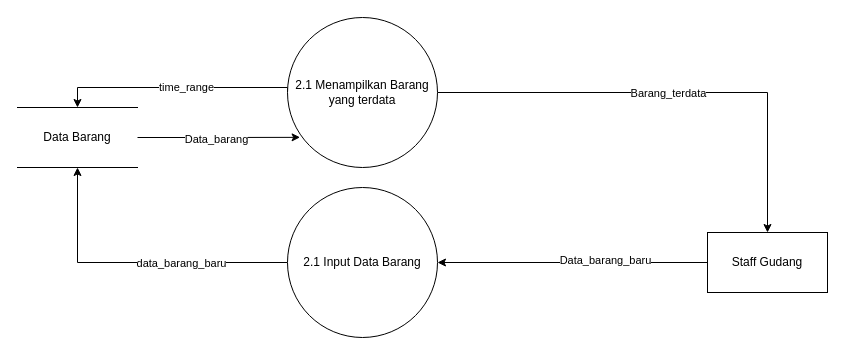
Before: kkp-dfd1-2.drawio in raflialkindhi/graph-save, a draw.io diagram. Source tidied: cells renumbered, new cells numbered last; positions are measured from the earlier drawing's top-left corner, leaving out a move shared by most shapes. Both pictures are drawn from the tidied source at 100%, with x=0, y=0 at pixel (17, 17).
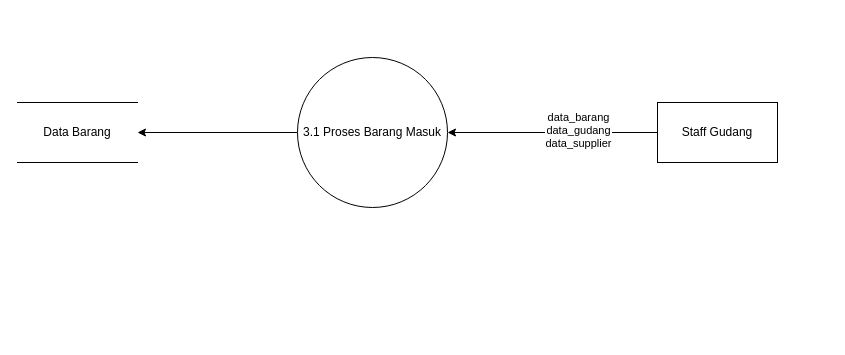
The same diagram, later.

Diff of the diagram source:
```diff
@@
 <mxGraphModel>
   <root>
     <mxCell id="0" />
     <mxCell id="1" parent="0" />
-    <mxCell id="2" style="edgeStyle=orthogonalEdgeStyle;rounded=0;jettySize=auto;html=1;exitX=0;exitY=0.5;exitDx=0;exitDy=0;entryX=0.5;entryY=0;entryDx=0;entryDy=0;" parent="1" edge="1" source="6" target="12">
-      <mxGeometry relative="1" as="geometry">
-        <Array as="points">
-          <mxPoint x="270" y="70" />
-          <mxPoint x="60" y="70" />
-        </Array>
-      </mxGeometry>
-    </mxCell>
-    <mxCell id="3" value="time_range" style="edgeLabel;html=1;align=center;verticalAlign=middle;" parent="2" vertex="1">
-      <mxGeometry x="-0.09" y="-1" relative="1" as="geometry" />
-    </mxCell>
-    <mxCell id="4" style="edgeStyle=orthogonalEdgeStyle;rounded=0;jettySize=auto;html=1;exitX=1;exitY=0.5;exitDx=0;exitDy=0;entryX=0.5;entryY=0;entryDx=0;entryDy=0;" parent="1" edge="1" source="6" target="9">
-      <mxGeometry relative="1" as="geometry" />
-    </mxCell>
-    <mxCell id="5" value="Barang_terdata" style="edgeLabel;html=1;align=center;verticalAlign=middle;" parent="4" vertex="1">
-      <mxGeometry x="-0.02" relative="1" as="geometry" />
-    </mxCell>
-    <mxCell id="6" value="2.1 Menampilkan Barang yang terdata" style="ellipse;whiteSpace=wrap;html=1;" parent="1" vertex="1">
-      <mxGeometry x="270" width="150" height="150" as="geometry" />
-    </mxCell>
     <mxCell id="7" style="edgeStyle=orthogonalEdgeStyle;rounded=0;jettySize=auto;html=1;exitX=0;exitY=0.5;exitDx=0;exitDy=0;entryX=1;entryY=0.5;entryDx=0;entryDy=0;" parent="1" edge="1" source="9" target="15">
       <mxGeometry relative="1" as="geometry" />
     </mxCell>
-    <mxCell id="8" value="Data_barang_baru" style="edgeLabel;html=1;align=center;verticalAlign=middle;" parent="7" vertex="1">
+    <mxCell id="8" value="&lt;div&gt;data_barang&lt;/div&gt;&lt;div&gt;data_gudang&lt;/div&gt;&lt;div&gt;data_supplier&lt;br&gt;&lt;/div&gt;" style="edgeLabel;html=1;align=center;verticalAlign=middle;" parent="7" vertex="1">
       <mxGeometry x="-0.24" y="-3" relative="1" as="geometry" />
     </mxCell>
     <mxCell id="9" value="Staff Gudang" style="rounded=0;whiteSpace=wrap;html=1;" parent="1" vertex="1">
-      <mxGeometry x="690" y="215" width="120" height="60" as="geometry" />
+      <mxGeometry x="640" y="85" width="120" height="60" as="geometry" />
     </mxCell>
-    <mxCell id="10" style="edgeStyle=orthogonalEdgeStyle;rounded=0;jettySize=auto;html=1;exitX=1;exitY=0.5;exitDx=0;exitDy=0;entryX=0.084;entryY=0.799;entryDx=0;entryDy=0;entryPerimeter=0;" parent="1" edge="1" source="12" target="6">
-      <mxGeometry relative="1" as="geometry" />
-    </mxCell>
-    <mxCell id="11" value="Data_barang" style="edgeLabel;html=1;align=center;verticalAlign=middle;" parent="10" vertex="1">
-      <mxGeometry x="-0.03" y="-2" relative="1" as="geometry" />
-    </mxCell>
     <mxCell id="12" value="Data Barang" style="shape=partialRectangle;whiteSpace=wrap;html=1;left=0;right=0;fillColor=none;" parent="1" vertex="1">
-      <mxGeometry y="90" width="120" height="60" as="geometry" />
+      <mxGeometry y="85" width="120" height="60" as="geometry" />
     </mxCell>
-    <mxCell id="13" style="edgeStyle=orthogonalEdgeStyle;rounded=0;jettySize=auto;html=1;exitX=0;exitY=0.5;exitDx=0;exitDy=0;entryX=0.5;entryY=1;entryDx=0;entryDy=0;" parent="1" edge="1" source="15" target="12">
+    <mxCell id="13" style="edgeStyle=orthogonalEdgeStyle;rounded=0;jettySize=auto;html=1;exitX=0;exitY=0.5;exitDx=0;exitDy=0;entryX=1;entryY=0.5;entryDx=0;entryDy=0;" parent="1" edge="1" source="15" target="12">
       <mxGeometry relative="1" as="geometry" />
     </mxCell>
-    <mxCell id="14" value="data_barang_baru" style="edgeLabel;html=1;align=center;verticalAlign=middle;" parent="13" vertex="1">
-      <mxGeometry x="-0.3" relative="1" as="geometry" />
-    </mxCell>
-    <mxCell id="15" value="2.1 Input Data Barang" style="ellipse;whiteSpace=wrap;html=1;" parent="1" vertex="1">
-      <mxGeometry x="270" y="170" width="150" height="150" as="geometry" />
+    <mxCell id="15" value="3.1 Proses Barang Masuk" style="ellipse;whiteSpace=wrap;html=1;" parent="1" vertex="1">
+      <mxGeometry x="280" y="40" width="150" height="150" as="geometry" />
     </mxCell>
   </root>
 </mxGraphModel>
```
